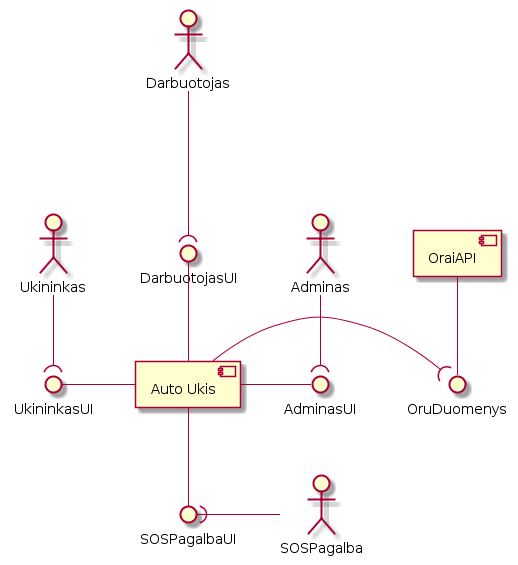
macro161/autoukis keeps this PlantUML diagram as Latex/L0V2.png. Above is the earlier version.
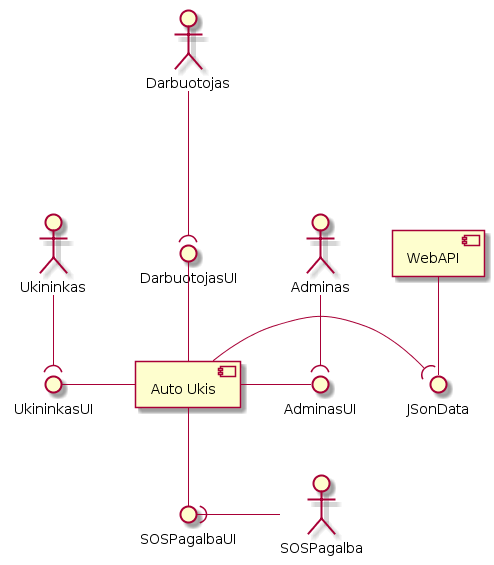
After the commit.

The edit, as a diff of the source:
```diff
@@ -10,6 +10,6 @@
 :Adminas: -down-( AdminasUI
 [Auto Ukis] -down-() SOSPagalbaUI
 :SOSPagalba: -left-( SOSPagalbaUI
-[OraiAPI] -down-() OruDuomenys
-[Auto Ukis] -down( OruDuomenys
+[WebAPI] -down-() JSonData
+[Auto Ukis] -down( JSonData
 @enduml
```
